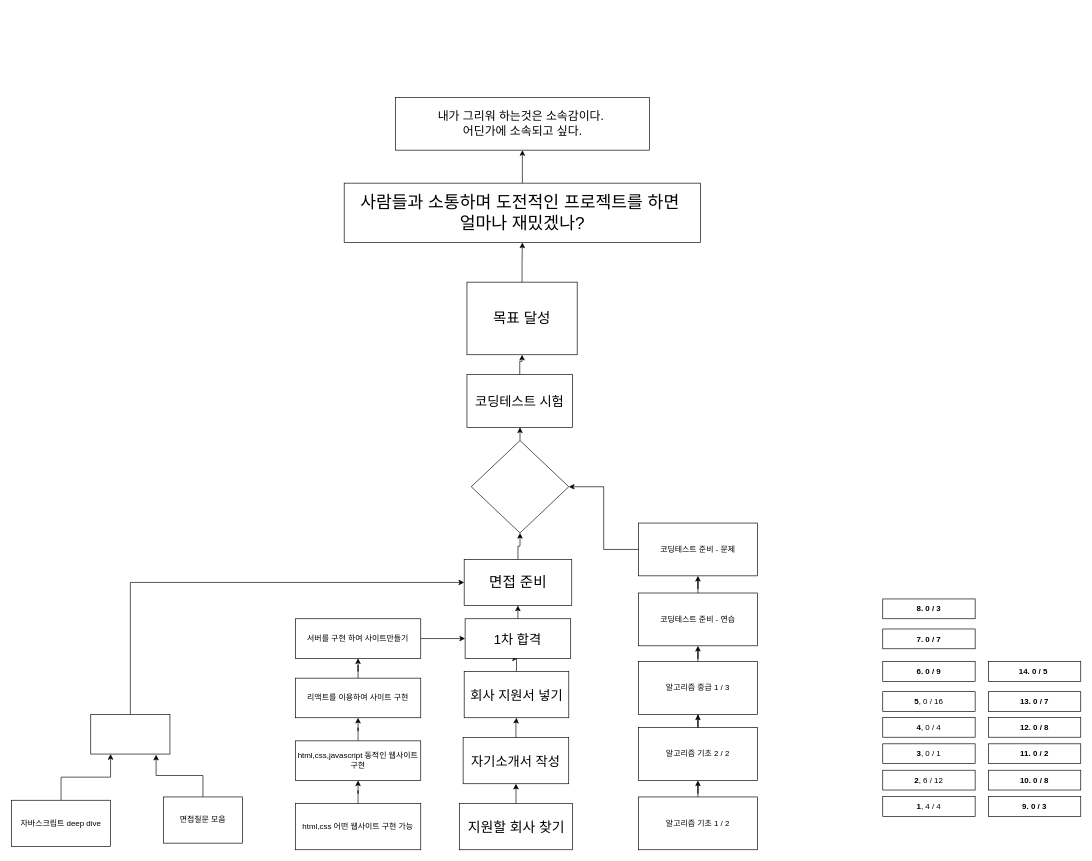
The draw.io diagram goal.drawio in justsicklife/goal, before the edit. Source tidied: cells renumbered, new cells numbered last; positions are measured from the earlier drawing's top-left corner, leaving out a move shared by most shapes. Both pictures are drawn from the tidied source at 66%, with x=0, y=0 at pixel (11, 97).
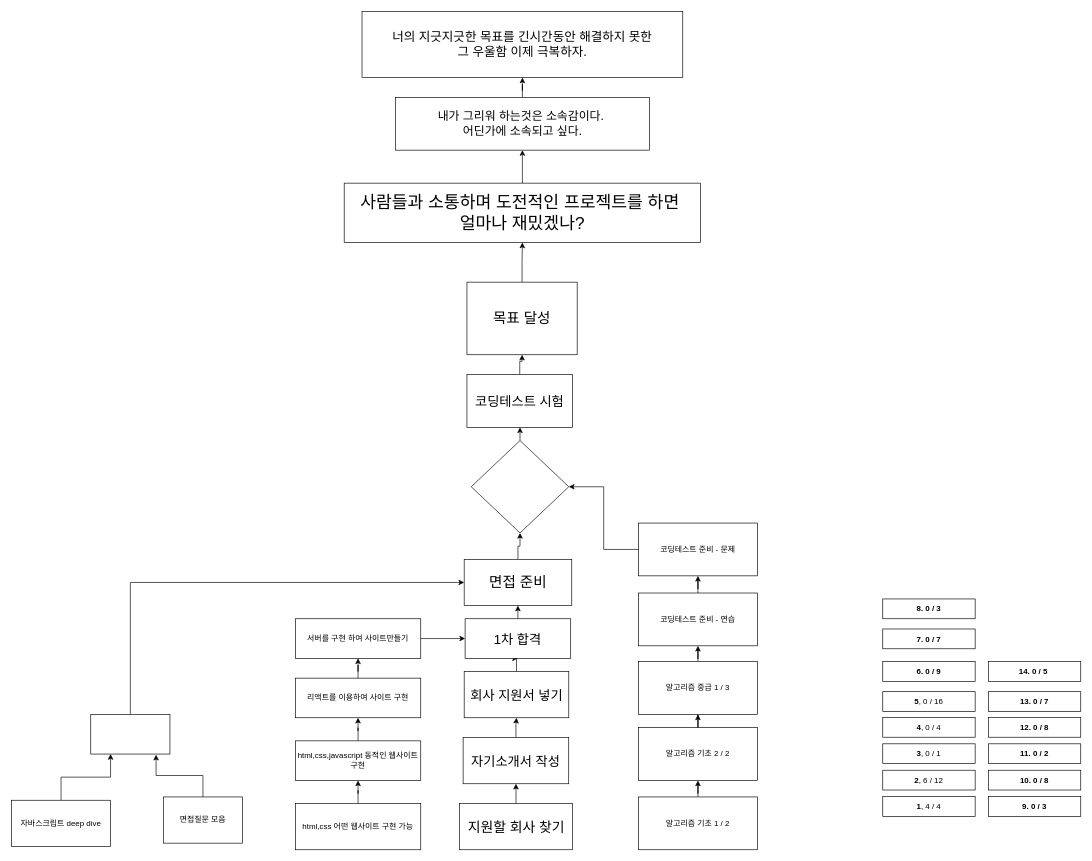
After the change.

Unchanged cells that the change refers to:
```xml
<mxCell id="58" value="&lt;font style=&quot;font-size: 18px&quot;&gt;내가 그리워 하는것은 소속감이다.&amp;nbsp;&lt;br&gt;어딘가에 소속되고 싶다.&lt;/font&gt;" style="rounded=0;whiteSpace=wrap;html=1;" parent="1" vertex="1">
  <mxGeometry x="581.5" width="385" height="80" as="geometry" />
</mxCell>
```

Change to the diagram source:
```diff
@@
+    <mxCell id="59" style="edgeStyle=orthogonalEdgeStyle;rounded=0;jettySize=auto;html=1;" parent="1" edge="1" source="58" target="60">
+      <mxGeometry relative="1" as="geometry" />
+    </mxCell>
@@
+    <mxCell id="60" value="&lt;font style=&quot;font-size: 19px&quot;&gt;너의 지긋지긋한 목표를 긴시간동안 해결하지 못한&lt;br&gt;그 우울함 이제 극복하자.&lt;br&gt;&lt;/font&gt;" style="rounded=0;whiteSpace=wrap;html=1;" parent="1" vertex="1">
+      <mxGeometry x="531" y="-130" width="486" height="100" as="geometry" />
+    </mxCell>
```
